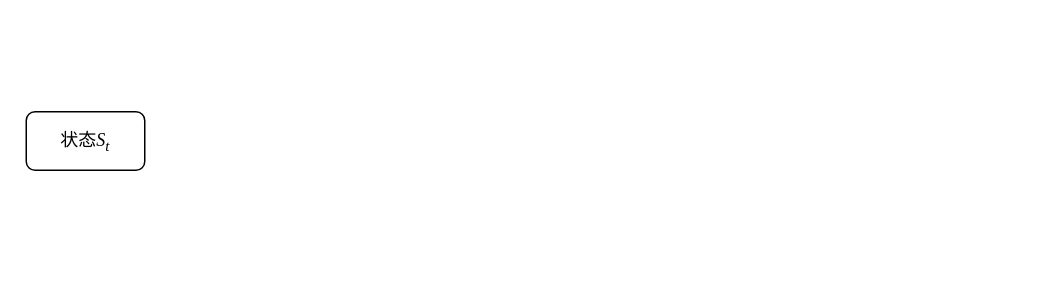
This is 三季度汇报1.drawio from master-fency/plot, a draw.io file, before an edit. Source tidied: cells renumbered, new cells numbered last; positions are measured from the earlier drawing's top-left corner, leaving out a move shared by most shapes. Both pictures are drawn from the tidied source at 150%, with x=0, y=0 at pixel (26, 111).
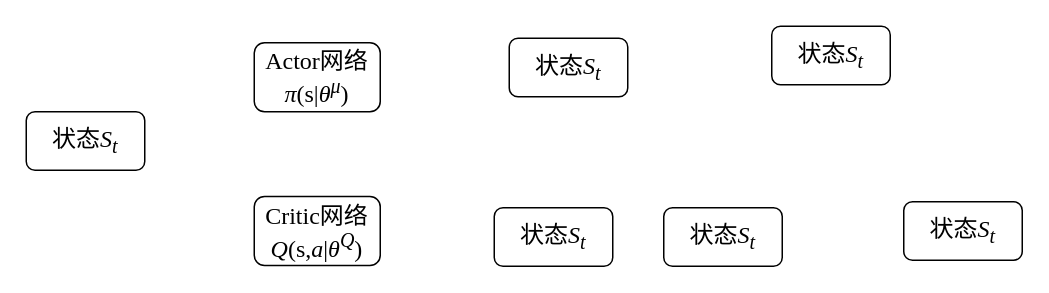
After the change.

Commit message (it also covers changes not shown here):
更新三季度汇报1.drawio

What changed in the source:
```diff
@@
 <mxGraphModel>
   <root>
     <mxCell id="0" />
     <mxCell id="1" parent="0" />
-    <mxCell id="2" value="&lt;font face=&quot;Times New Roman&quot;&gt;状态&lt;i&gt;S&lt;sub&gt;t&lt;/sub&gt;&lt;/i&gt;&lt;/font&gt;" style="rounded=1;whiteSpace=wrap;html=1;roundedPerimeter=1;" parent="1" vertex="1">
+    <mxCell id="2" value="&lt;font style=&quot;font-size: 16px;&quot;&gt;状态&lt;i style=&quot;&quot;&gt;S&lt;sub style=&quot;&quot;&gt;t&lt;/sub&gt;&lt;/i&gt;&lt;/font&gt;" style="rounded=1;whiteSpace=wrap;html=1;roundedPerimeter=1;fontFamily=Times New Roman;" parent="1" vertex="1">
       <mxGeometry width="79" height="39" as="geometry" />
     </mxCell>
+    <mxCell id="3" value="&lt;span style=&quot;font-size: 16px;&quot;&gt;&lt;font face=&quot;Times New Roman&quot;&gt;Actor网络&lt;/font&gt;&lt;/span&gt;&lt;div&gt;&lt;font style=&quot;font-size: 16px;&quot; face=&quot;Times New Roman&quot;&gt;&lt;i style=&quot;&quot;&gt;π&lt;/i&gt;(s|&lt;i style=&quot;&quot;&gt;θ&lt;sup&gt;μ&lt;/sup&gt;&lt;/i&gt;)&lt;/font&gt;&lt;/div&gt;" style="rounded=1;whiteSpace=wrap;html=1;roundedPerimeter=1;" parent="1" vertex="1">
+      <mxGeometry x="152" y="-46" width="84" height="46" as="geometry" />
+    </mxCell>
+    <mxCell id="4" value="&lt;font style=&quot;font-size: 16px;&quot;&gt;状态&lt;i style=&quot;&quot;&gt;S&lt;sub style=&quot;&quot;&gt;t&lt;/sub&gt;&lt;/i&gt;&lt;/font&gt;" style="rounded=1;whiteSpace=wrap;html=1;roundedPerimeter=1;fontFamily=Times New Roman;" parent="1" vertex="1">
+      <mxGeometry x="322" y="-49" width="79" height="39" as="geometry" />
+    </mxCell>
+    <mxCell id="5" value="&lt;font style=&quot;font-size: 16px;&quot;&gt;状态&lt;i style=&quot;&quot;&gt;S&lt;sub style=&quot;&quot;&gt;t&lt;/sub&gt;&lt;/i&gt;&lt;/font&gt;" style="rounded=1;whiteSpace=wrap;html=1;roundedPerimeter=1;fontFamily=Times New Roman;" parent="1" vertex="1">
+      <mxGeometry x="312" y="64" width="79" height="39" as="geometry" />
+    </mxCell>
+    <mxCell id="6" value="&lt;font style=&quot;font-size: 16px;&quot;&gt;状态&lt;i style=&quot;&quot;&gt;S&lt;sub style=&quot;&quot;&gt;t&lt;/sub&gt;&lt;/i&gt;&lt;/font&gt;" style="rounded=1;whiteSpace=wrap;html=1;roundedPerimeter=1;fontFamily=Times New Roman;" parent="1" vertex="1">
+      <mxGeometry x="585" y="60" width="79" height="39" as="geometry" />
+    </mxCell>
+    <mxCell id="7" value="&lt;font style=&quot;font-size: 16px;&quot;&gt;状态&lt;i style=&quot;&quot;&gt;S&lt;sub style=&quot;&quot;&gt;t&lt;/sub&gt;&lt;/i&gt;&lt;/font&gt;" style="rounded=1;whiteSpace=wrap;html=1;roundedPerimeter=1;fontFamily=Times New Roman;" parent="1" vertex="1">
+      <mxGeometry x="425" y="64" width="79" height="39" as="geometry" />
+    </mxCell>
+    <mxCell id="8" value="&lt;font style=&quot;font-size: 16px;&quot;&gt;状态&lt;i style=&quot;&quot;&gt;S&lt;sub style=&quot;&quot;&gt;t&lt;/sub&gt;&lt;/i&gt;&lt;/font&gt;" style="rounded=1;whiteSpace=wrap;html=1;roundedPerimeter=1;fontFamily=Times New Roman;" parent="1" vertex="1">
+      <mxGeometry x="497" y="-57" width="79" height="39" as="geometry" />
+    </mxCell>
+    <mxCell id="9" value="&lt;span style=&quot;font-size: 16px;&quot;&gt;&lt;font face=&quot;Times New Roman&quot;&gt;Critic网络&lt;/font&gt;&lt;/span&gt;&lt;div&gt;&lt;font style=&quot;font-size: 16px;&quot; face=&quot;Times New Roman&quot;&gt;&lt;i&gt;Q&lt;/i&gt;(s,&lt;i&gt;a&lt;/i&gt;|&lt;i style=&quot;&quot;&gt;θ&lt;sup&gt;Q&lt;/sup&gt;&lt;/i&gt;)&lt;/font&gt;&lt;/div&gt;" style="rounded=1;whiteSpace=wrap;html=1;roundedPerimeter=1;" parent="1" vertex="1">
+      <mxGeometry x="152" y="56.5" width="84" height="46" as="geometry" />
+    </mxCell>
   </root>
 </mxGraphModel>
```
